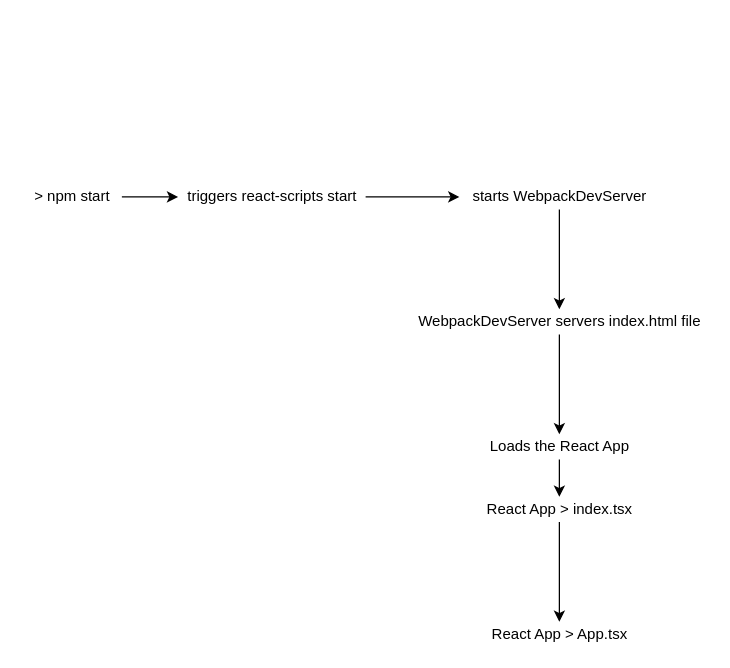
The draw.io diagram page "Page-4" (4 of 10) of diagrams.drawio in synergy2411/brillio-react-apr22, before the edit. Source tidied: cells renumbered, new cells numbered last; positions are measured from the earlier drawing's top-left corner, leaving out a move shared by most shapes. Both pictures are drawn from the tidied source at 125%, with x=0, y=0 at pixel (21, 184).
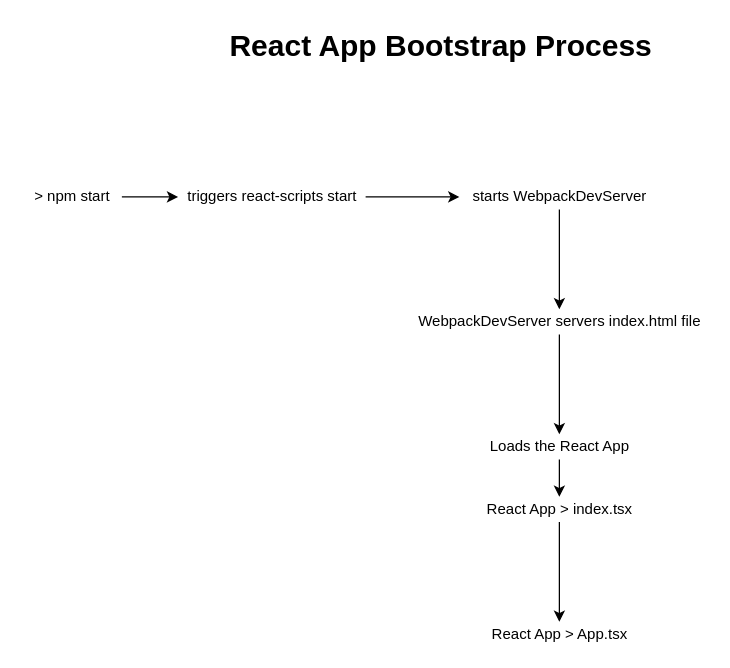
The same diagram, later.

Diff of the diagram source:
```diff
@@
 <mxGraphModel>
   <root>
     <mxCell id="0" />
     <mxCell id="1" parent="0" />
     <mxCell id="2" style="edgeStyle=orthogonalEdgeStyle;rounded=0;jettySize=auto;html=1;" parent="1" edge="1" source="3" target="5">
       <mxGeometry relative="1" as="geometry" />
     </mxCell>
     <mxCell id="3" value="&amp;gt; npm start" style="text;html=1;align=center;verticalAlign=middle;points=[];strokeColor=none;fillColor=none;" parent="1" vertex="1">
       <mxGeometry width="80" height="20" as="geometry" />
     </mxCell>
     <mxCell id="4" style="edgeStyle=orthogonalEdgeStyle;rounded=0;jettySize=auto;html=1;" parent="1" edge="1" source="5" target="7">
       <mxGeometry relative="1" as="geometry" />
     </mxCell>
     <mxCell id="5" value="triggers react-scripts start" style="text;html=1;align=center;verticalAlign=middle;points=[];strokeColor=none;fillColor=none;" parent="1" vertex="1">
       <mxGeometry x="125" width="150" height="20" as="geometry" />
     </mxCell>
     <mxCell id="6" style="edgeStyle=orthogonalEdgeStyle;rounded=0;jettySize=auto;html=1;" parent="1" edge="1" source="7" target="9">
       <mxGeometry relative="1" as="geometry" />
     </mxCell>
     <mxCell id="7" value="starts WebpackDevServer" style="text;html=1;align=center;verticalAlign=middle;points=[];strokeColor=none;fillColor=none;" parent="1" vertex="1">
       <mxGeometry x="350" width="160" height="20" as="geometry" />
     </mxCell>
     <mxCell id="8" style="edgeStyle=orthogonalEdgeStyle;rounded=0;jettySize=auto;html=1;" parent="1" edge="1" source="9" target="11">
       <mxGeometry relative="1" as="geometry" />
     </mxCell>
     <mxCell id="9" value="WebpackDevServer servers index.html file" style="text;html=1;align=center;verticalAlign=middle;points=[];strokeColor=none;fillColor=none;" parent="1" vertex="1">
       <mxGeometry x="310" y="100" width="240" height="20" as="geometry" />
     </mxCell>
     <mxCell id="10" style="edgeStyle=orthogonalEdgeStyle;rounded=0;jettySize=auto;html=1;" parent="1" edge="1" source="11" target="13">
       <mxGeometry relative="1" as="geometry" />
     </mxCell>
     <mxCell id="11" value="Loads the React App" style="text;html=1;align=center;verticalAlign=middle;points=[];strokeColor=none;fillColor=none;" parent="1" vertex="1">
       <mxGeometry x="365" y="200" width="130" height="20" as="geometry" />
     </mxCell>
     <mxCell id="12" style="edgeStyle=orthogonalEdgeStyle;rounded=0;jettySize=auto;html=1;" parent="1" edge="1" source="13" target="14">
       <mxGeometry relative="1" as="geometry" />
     </mxCell>
     <mxCell id="13" value="React App &amp;gt; index.tsx" style="text;html=1;align=center;verticalAlign=middle;points=[];strokeColor=none;fillColor=none;" parent="1" vertex="1">
       <mxGeometry x="365" y="250" width="130" height="20" as="geometry" />
     </mxCell>
     <mxCell id="14" value="React App &amp;gt; App.tsx" style="text;html=1;align=center;verticalAlign=middle;points=[];strokeColor=none;fillColor=none;" parent="1" vertex="1">
       <mxGeometry x="370" y="350" width="120" height="20" as="geometry" />
     </mxCell>
+    <mxCell id="15" value="React App Bootstrap Process" style="text;strokeColor=none;fillColor=none;html=1;fontSize=24;fontStyle=1;verticalAlign=middle;align=center;" parent="1" vertex="1">
+      <mxGeometry x="285" y="-130" width="100" height="40" as="geometry" />
+    </mxCell>
   </root>
 </mxGraphModel>
```
